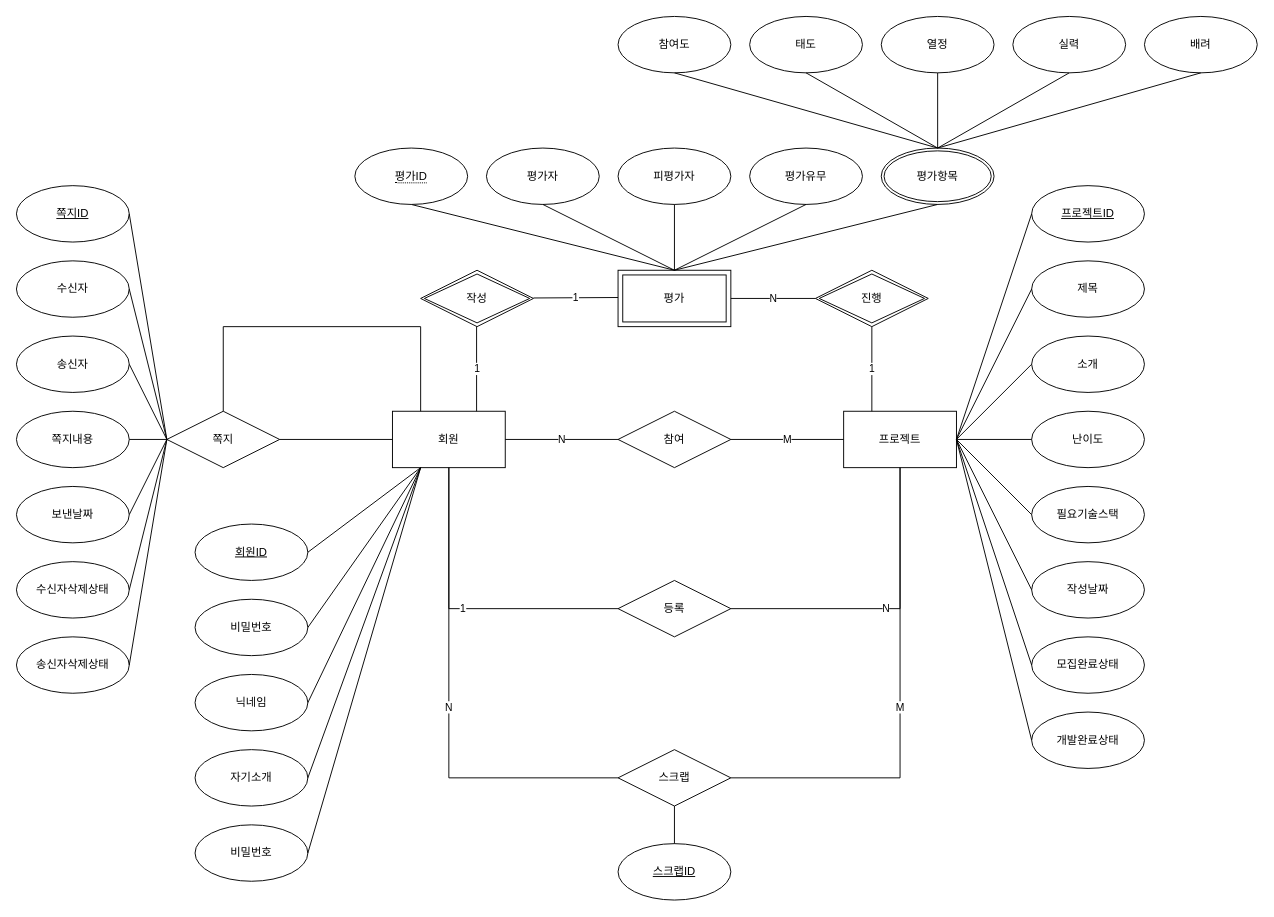
This is ERD0408.drawio from Ieejuyeon/..yy, a draw.io file, before an edit. Source tidied: cells renumbered, new cells numbered last; positions are measured from the earlier drawing's top-left corner, leaving out a move shared by most shapes. Both pictures are drawn from the tidied source at 94%, with x=0, y=0 at pixel (16, 16).
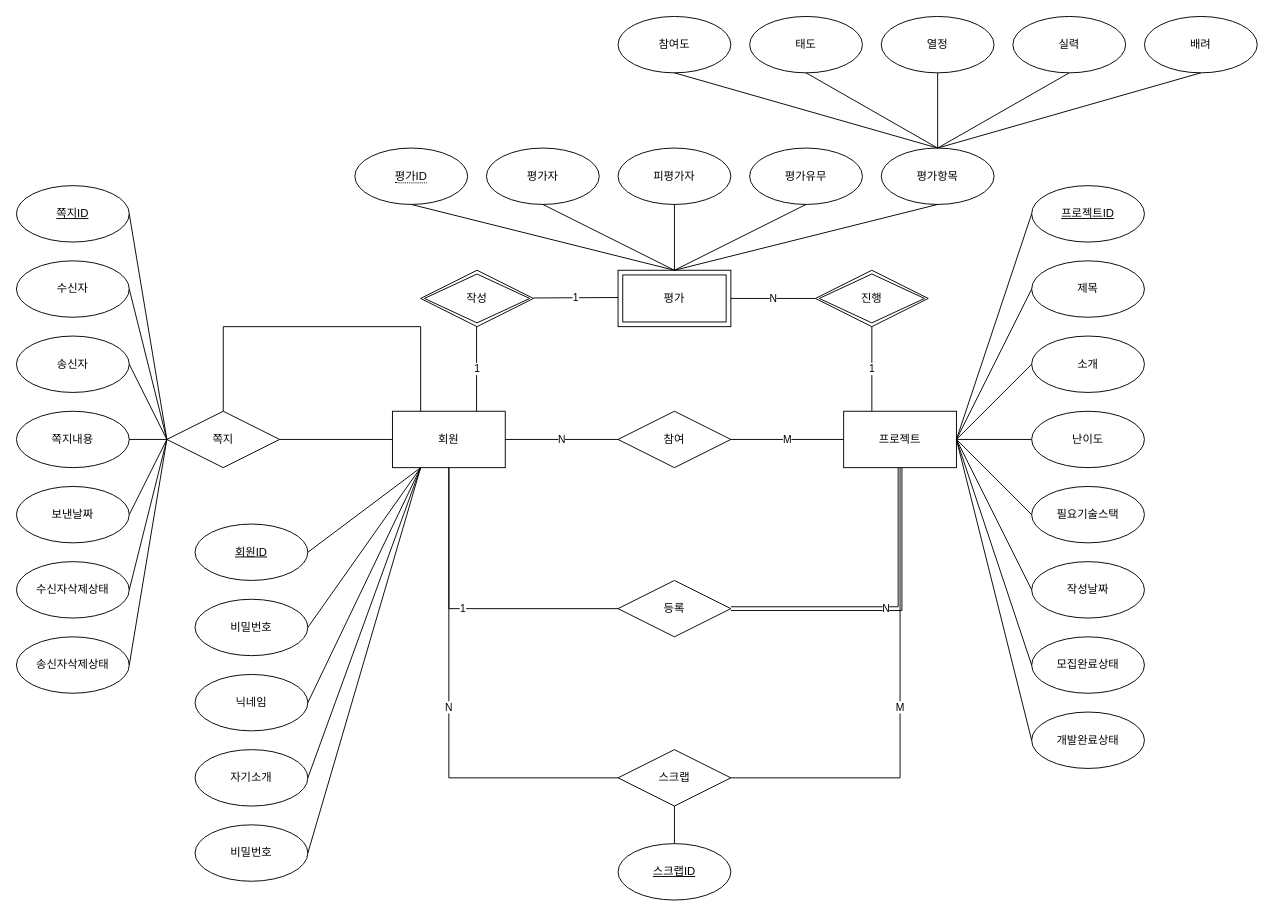
The same diagram, later.

The change refers to these unchanged cells:
```xml
<mxCell id="3" value="프로젝트" style="rounded=0;whiteSpace=wrap;html=1;" parent="1" vertex="1">
  <mxGeometry x="880" y="420" width="120" height="60" as="geometry" />
</mxCell>
<mxCell id="6" value="등록" style="rhombus;whiteSpace=wrap;html=1;" parent="1" vertex="1">
  <mxGeometry x="640" y="600" width="120" height="60" as="geometry" />
</mxCell>
```

The edit, as a diff of the source:
```diff
@@
-    <mxCell id="12" value="N" style="endArrow=none;html=1;rounded=0;entryX=0.5;entryY=1;entryDx=0;entryDy=0;exitX=1;exitY=0.5;exitDx=0;exitDy=0;" parent="1" edge="1" source="6" target="3">
+    <mxCell id="12" value="N" style="endArrow=none;html=1;rounded=0;entryX=0.5;entryY=1;entryDx=0;entryDy=0;exitX=1;exitY=0.5;exitDx=0;exitDy=0;shape=link;" parent="1" edge="1" source="6" target="3">
       <mxGeometry relative="1" as="geometry">
         <Array as="points">
           <mxPoint x="940" y="630" />
         </Array>
       </mxGeometry>
     </mxCell>
@@
-    <mxCell id="57" value="평가항목" style="ellipse;shape=doubleEllipse;margin=3;whiteSpace=wrap;html=1;align=center;" parent="1" vertex="1">
+    <mxCell id="57" value="평가항목" style="ellipse;whiteSpace=wrap;html=1;" parent="1" vertex="1">
       <mxGeometry x="920" y="140" width="120" height="60" as="geometry" />
     </mxCell>
```
